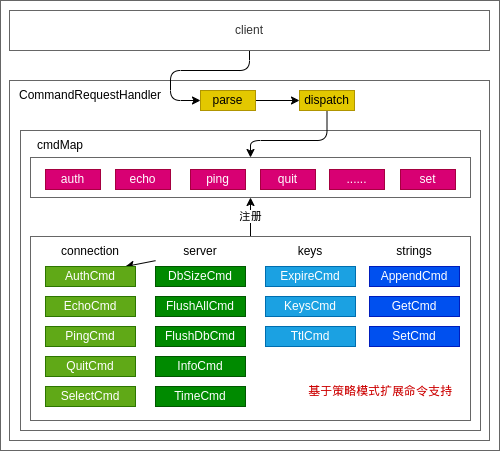
The draw.io diagram dp/strategy.drawio.png in mg0324/my-res, before a commit. Source tidied: cells renumbered, new cells last; positions are measured from the earlier drawing's top-left corner, leaving out a move shared by most shapes.
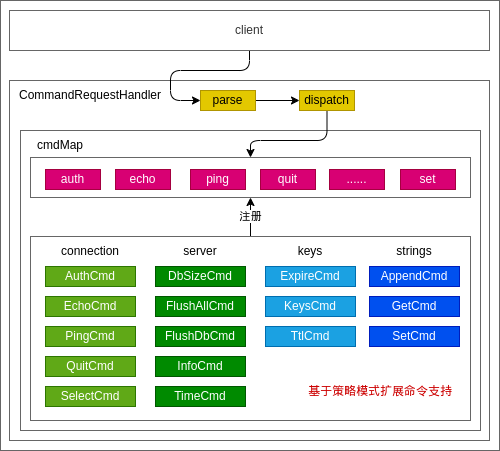
After the commit.

What changed in the source:
```diff
@@ -17,12 +17,6 @@
     <mxCell id="6" style="rounded=0;whiteSpace=wrap;html=1;fillColor=#FFFFFF;strokeColor=#666666;fontColor=#333333;" parent="1" vertex="1">
       <mxGeometry x="30" y="236" width="440" height="184" as="geometry" />
     </mxCell>
-    <mxCell id="7" style="edgeStyle=none;html=1;fontColor=#000000;" parent="1" edge="1">
-      <mxGeometry relative="1" as="geometry">
-        <mxPoint x="155" y="260.2" as="sourcePoint" />
-        <mxPoint x="125" y="266" as="targetPoint" />
-      </mxGeometry>
-    </mxCell>
     <mxCell id="8" value="connection" style="text;html=1;strokeColor=none;fillColor=none;align=center;verticalAlign=middle;whiteSpace=wrap;rounded=0;labelBackgroundColor=none;fontColor=#000000;" parent="1" vertex="1">
       <mxGeometry x="60" y="236" width="60" height="30" as="geometry" />
     </mxCell>
```
